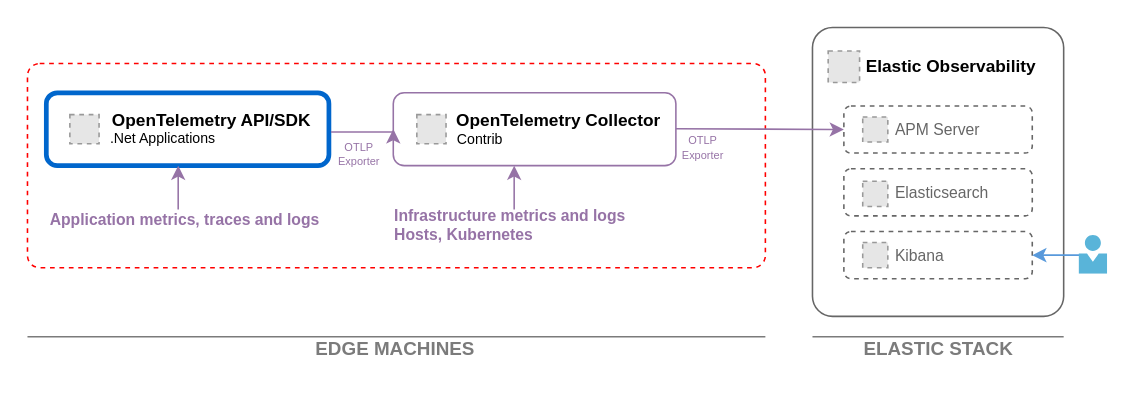
Above: assets/elastic-stack.drawio in mtnvencenzo/elastic-stack (draw.io), before the change. Source tidied: cells renumbered, new cells numbered last; positions are measured from the earlier drawing's top-left corner, leaving out a move shared by most shapes. Both pictures are drawn from the tidied source at 157%, with x=0, y=0 at pixel (27, 27). Pictures stored in the file or linked from it are replaced by grey dashed boxes.
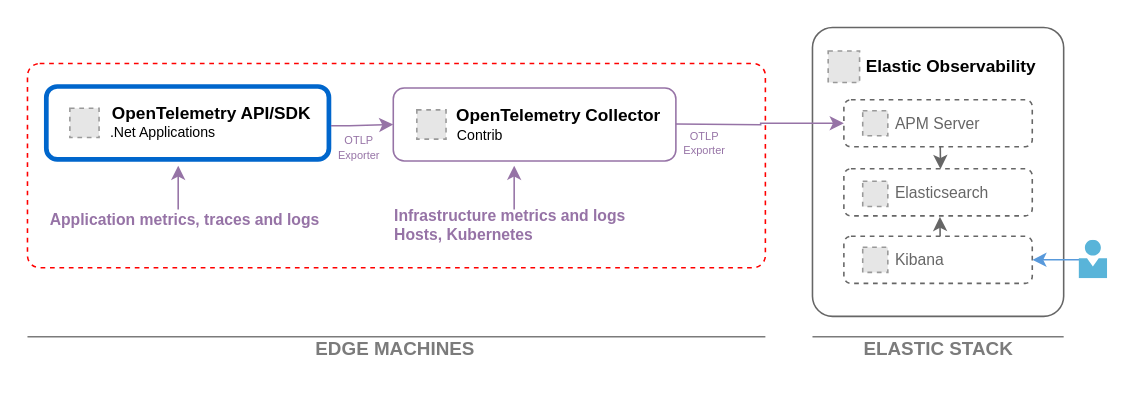
The same page after the edit.

Commit message (it also covers changes not shown here):
fix (elastic stacl):  Updates to dependencies

The change refers to these unchanged cells:
```xml
<mxCell id="2" style="group;" parent="1" vertex="1">
  <mxGeometry x="500" width="160" height="184" as="geometry" />
</mxCell>
<mxCell id="8" value="APM Server" style="text;html=1;align=left;verticalAlign=middle;points=[];strokeColor=none;fillColor=none;fontColor=#666666;fontSize=10;" parent="6" vertex="1">
  <mxGeometry x="31" width="80" height="30" as="geometry" />
</mxCell>
<mxCell id="12" value="Elasticsearch" style="text;html=1;align=left;verticalAlign=middle;points=[];strokeColor=none;fillColor=none;fontColor=#666666;fontSize=10;" parent="10" vertex="1">
  <mxGeometry x="31" width="80" height="30" as="geometry" />
</mxCell>
<mxCell id="18" style="group;" parent="1" vertex="1">
  <mxGeometry y="23" width="471.8" height="130" as="geometry" />
</mxCell>
<mxCell id="24" value="&lt;b&gt;&lt;font style=&quot;font-size: 11px;&quot;&gt;OpenTelemetry API/SDK&lt;/font&gt;&lt;/b&gt;" style="text;html=1;align=center;verticalAlign=middle;points=[];strokeColor=none;fillColor=none;" parent="22" vertex="1">
  <mxGeometry x="30.3" y="2.8" width="150" height="30" as="geometry" />
</mxCell>
<mxCell id="31" style="whiteSpace=wrap;html=1;fillColor=none;rounded=1;strokeColor=#9673A6;strokeWidth=1;" parent="30" vertex="1">
  <mxGeometry width="180" height="46.4" as="geometry" />
</mxCell>
```

Diff of the diagram source:
```diff
@@
     <mxCell id="6" style="group;" parent="2" vertex="1">
-      <mxGeometry x="20" y="50" width="120" height="30" as="geometry" />
+      <mxGeometry x="20" y="46" width="120" height="30" as="geometry" />
     </mxCell>
@@
     <mxCell id="14" style="group;" parent="2" vertex="1">
-      <mxGeometry x="20" y="130" width="120" height="30" as="geometry" />
+      <mxGeometry x="20" y="133" width="120" height="30" as="geometry" />
     </mxCell>
@@
+    <mxCell id="46" style="endArrow=classic;html=1;rounded=0;exitX=0.526;exitY=-0.004;exitDx=0;exitDy=0;exitPerimeter=0;entryX=0.327;entryY=1.02;entryDx=0;entryDy=0;entryPerimeter=0;strokeColor=#666666;" parent="2" edge="1">
+      <mxGeometry relative="1" as="geometry">
+        <mxPoint x="81.3" y="132.9" as="sourcePoint" />
+        <mxPoint x="81.2" y="120.6" as="targetPoint" />
+      </mxGeometry>
+    </mxCell>
+    <mxCell id="47" style="endArrow=classic;html=1;rounded=0;exitX=0.38;exitY=0.999;exitDx=0;exitDy=0;exitPerimeter=0;entryX=0.382;entryY=0.006;entryDx=0;entryDy=0;entryPerimeter=0;strokeColor=#666666;" parent="2" edge="1" source="8" target="12">
+      <mxGeometry relative="1" as="geometry" />
+    </mxCell>
@@
     <mxCell id="20" style="group;" parent="18" vertex="1">
-      <mxGeometry x="12" y="18.6" width="200" height="46.4" as="geometry" />
+      <mxGeometry x="12" y="14.6" width="200" height="46.4" as="geometry" />
     </mxCell>
@@
     <mxCell id="28" style="group;" parent="18" vertex="1">
-      <mxGeometry x="233" y="18.6" width="238.8" height="46.4" as="geometry" />
+      <mxGeometry x="233" y="15.6" width="238.8" height="46.4" as="geometry" />
     </mxCell>
@@
     <mxCell id="38" style="edgeStyle=orthogonalEdgeStyle;rounded=0;jettySize=auto;html=1;fontColor=#9999FF;fillColor=#e1d5e7;strokeColor=#9673a6;exitX=1.007;exitY=0.739;exitDx=0;exitDy=0;exitPerimeter=0;entryX=0;entryY=0.5;entryDx=0;entryDy=0;" parent="18" edge="1" source="24" target="31">
-      <mxGeometry relative="1" as="geometry" />
+      <mxGeometry relative="1" as="geometry">
+        <Array as="points">
+          <mxPoint x="205" y="40" />
+          <mxPoint x="205" y="39" />
+        </Array>
+      </mxGeometry>
     </mxCell>
@@
     <mxCell id="41" style="image;sketch=0;html=1;points=[];align=center;fontSize=12;image=img/lib/mscae/Person.svg;" parent="1" vertex="1">
-      <mxGeometry x="670" y="132.7" width="18.2" height="24.6" as="geometry" />
+      <mxGeometry x="670" y="135.7" width="18.2" height="24.6" as="geometry" />
     </mxCell>
```
